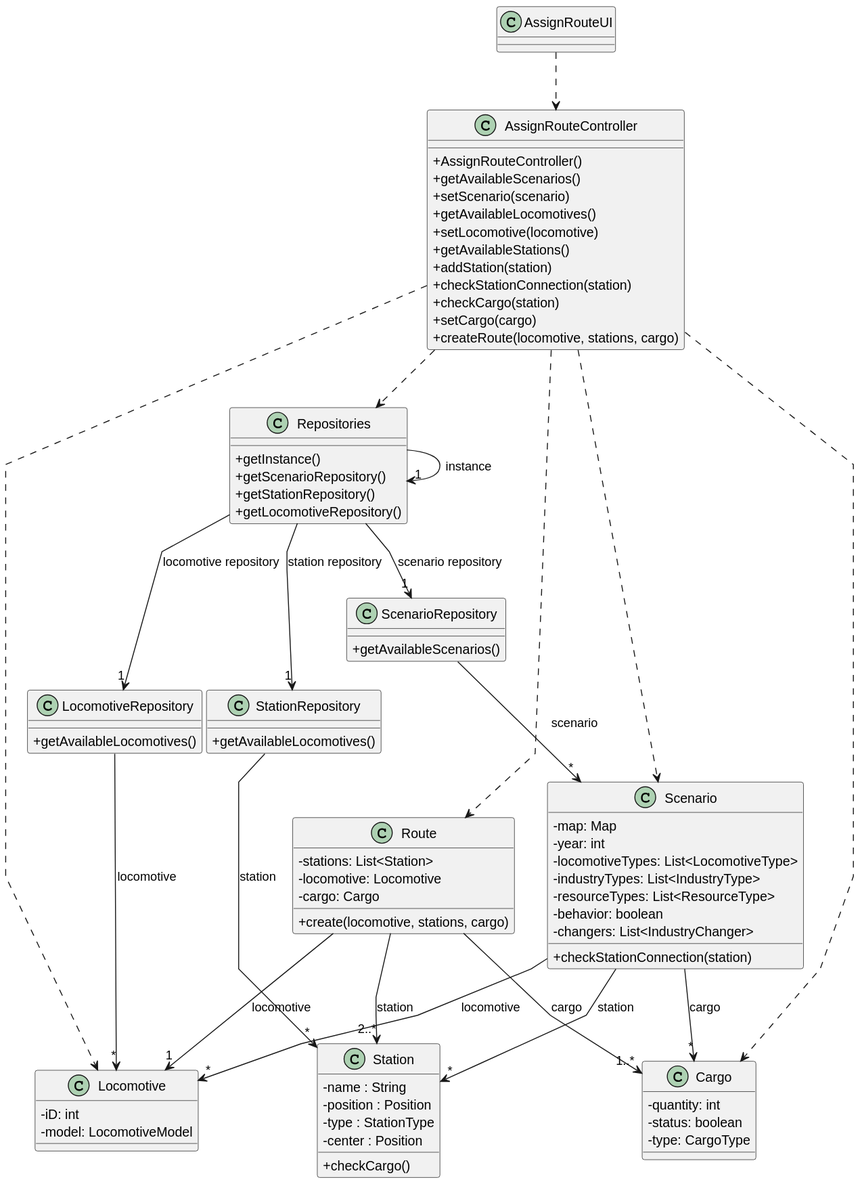
Above: Sprint2/US010/03.design/svg/US010-CD.svg in 1240935/pi2-railway-simulator (PlantUML), before the change.
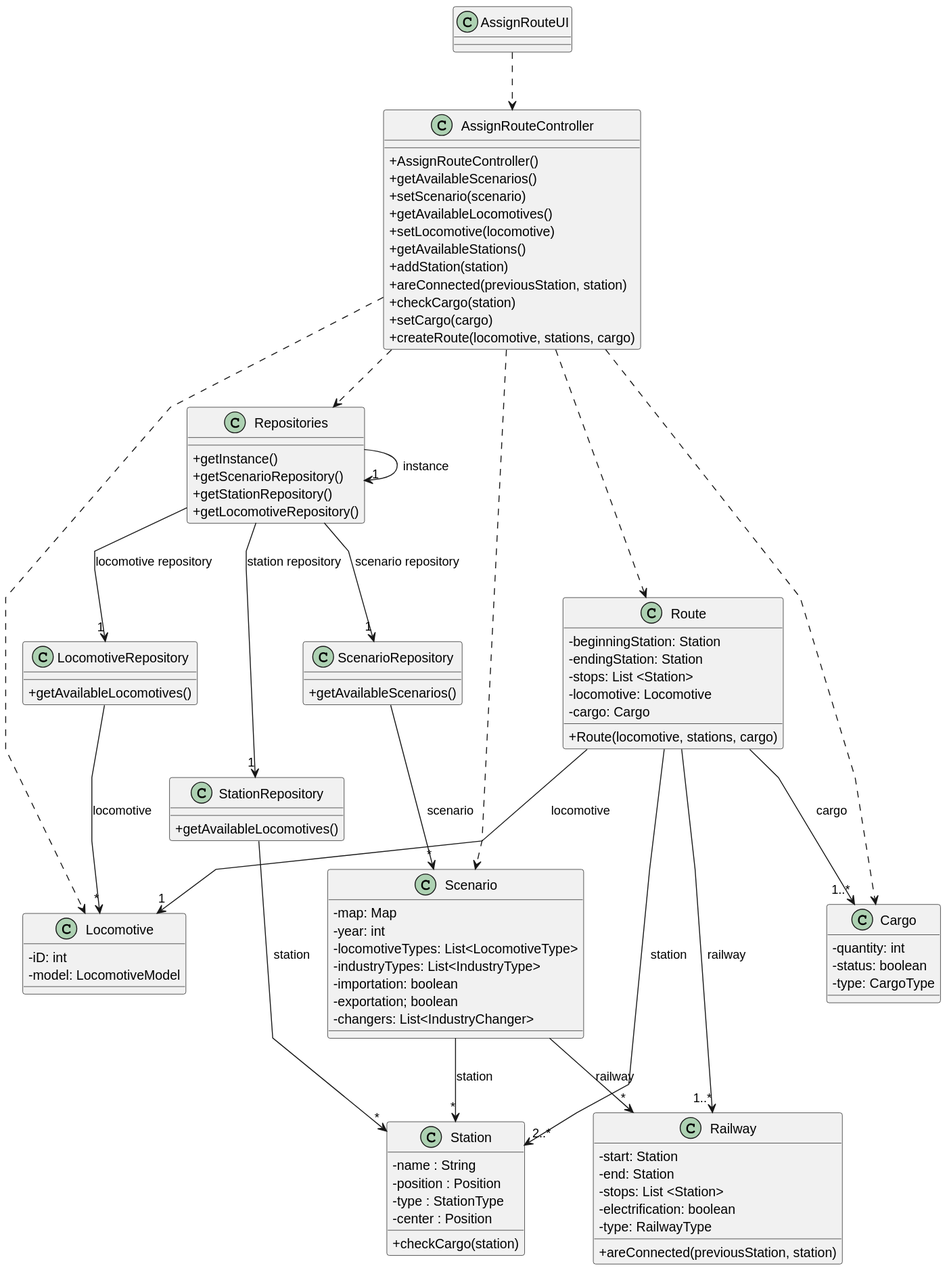
Above is the later version.

Diff of the diagram source:
```diff
@@ -18,7 +18,7 @@
       +setLocomotive(locomotive)
       +getAvailableStations()
       +addStation(station)
-      +checkStationConnection(station)
+      +areConnected(previousStation, station)
       +checkCargo(station)
       +setCargo(cargo)
       +createRoute(locomotive, stations, cargo)
@@ -44,14 +44,13 @@
 }
 
 class Scenario {
-    -map: Map
-    -year: int
-    -locomotiveTypes: List<LocomotiveType>
-    -industryTypes: List<IndustryType>
-    -resourceTypes: List<ResourceType>
-    -behavior: boolean
-    -changers: List<IndustryChanger>
-    +checkStationConnection(station)
+       -map: Map
+       -year: int
+       -locomotiveTypes: List<LocomotiveType>
+       -industryTypes: List<IndustryType>
+       -importation: boolean
+       -exportation; boolean
+       -changers: List<IndustryChanger>
 }
 
 class Station {
@@ -59,12 +58,14 @@
   -position : Position
   -type : StationType
   -center : Position
-  +checkCargo()
+  +checkCargo(station)
 }
 
 class Route {
-  +create(locomotive, stations, cargo)
-  -stations: List<Station>
+  +Route(locomotive, stations, cargo)
+  -beginningStation: Station
+  -endingStation: Station
+  -stops: List <Station>
   -locomotive: Locomotive
   -cargo: Cargo
 }
@@ -80,28 +81,38 @@
   -type: CargoType
 }
 
+class Railway{
+   -start: Station
+   -end: Station
+   -stops: List <Station>
+   -electrification: boolean
+   -type: RailwayType
+   +areConnected(previousStation, station)
+}
+
 
 AssignRouteUI ..> AssignRouteController
+
 AssignRouteController ..> Repositories
+AssignRouteController ..> Route
+AssignRouteController ..> Scenario
+AssignRouteController ..> Locomotive
+AssignRouteController ..> Cargo
+
 Repositories -> "1" Repositories : instance
 Repositories --> "1" ScenarioRepository : scenario repository
 Repositories --> "1" StationRepository : station repository
 Repositories --> "1" LocomotiveRepository : locomotive repository
-
-AssignRouteController ..> Route
-AssignRouteController ..> Scenario
-AssignRouteController ..> Locomotive
-AssignRouteController ..> Cargo
 
 StationRepository --> "*" Station : station
 LocomotiveRepository --> "*" Locomotive: locomotive
 ScenarioRepository --> "*" Scenario: scenario
 
 Scenario --> "*" Station : station
-Scenario --> "*" Locomotive : locomotive
-Scenario --> "*" Cargo : cargo
+Scenario --> "*" Railway: railway
 
 Route --> "1" Locomotive : locomotive
 Route --> "2..*" Station : station
 Route --> "1..*" Cargo : cargo
+Route --> "1..*" Railway: railway
 @enduml
```
